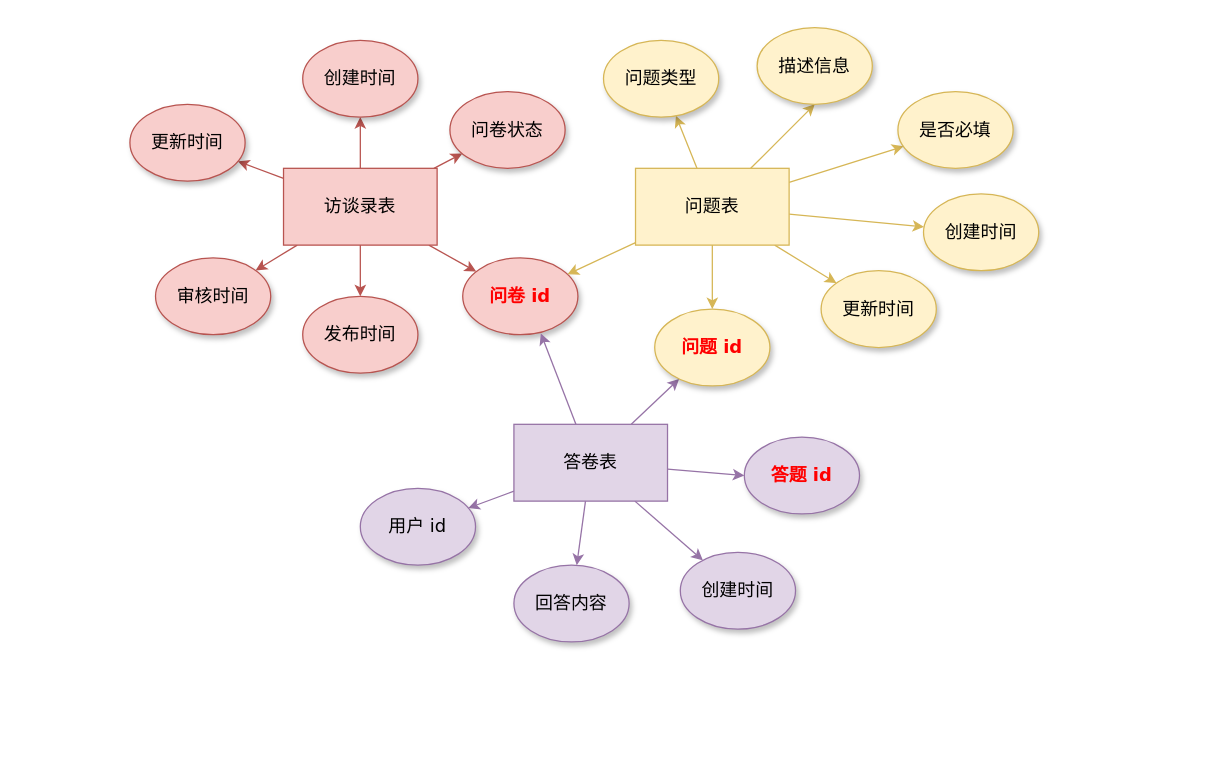
Above: 访谈录ER.drawio in Eurkon/Diagrams (draw.io), before the change. Source tidied: cells renumbered, new cells numbered last; positions are measured from the earlier drawing's top-left corner, leaving out a move shared by most shapes. Both pictures are drawn from the tidied source at 128%, with x=0, y=0 at pixel (129, 27).
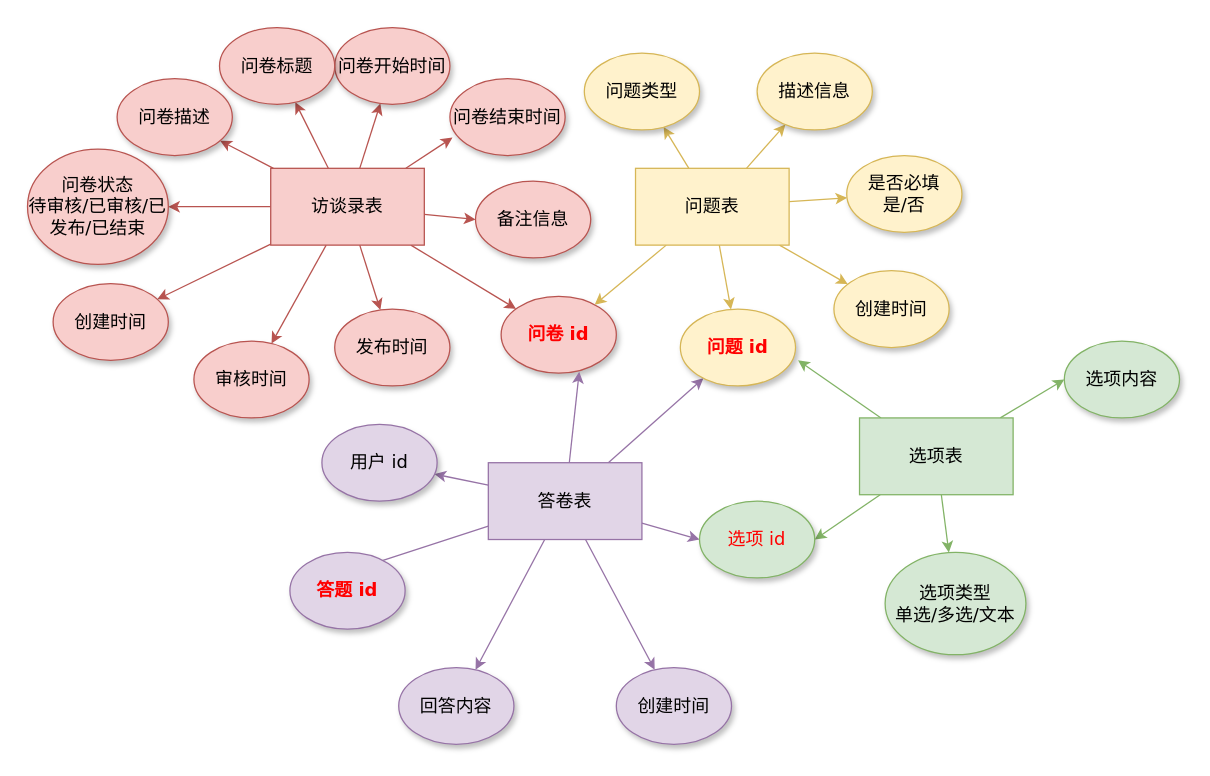
Above is the later version.

Commit message (it also covers changes not shown here):
更新访谈录ER.drawio

Unchanged cells that the change refers to:
```xml
<mxCell id="17" value="问题表" style="rounded=0;whiteSpace=wrap;html=1;fontSize=14;fillColor=#fff2cc;strokeColor=#d6b656;" parent="1" vertex="1">
  <mxGeometry x="395" y="110" width="120" height="60" as="geometry" />
</mxCell>
```

Change to the diagram source:
```diff
@@
     <mxCell id="2" value="&lt;b&gt;&lt;font color=&quot;#ff0000&quot;&gt;问卷 id&lt;/font&gt;&lt;/b&gt;" style="ellipse;whiteSpace=wrap;html=1;rounded=0;shadow=1;comic=0;labelBackgroundColor=none;strokeWidth=1;fontFamily=Verdana;fontSize=14;align=center;fillColor=#f8cecc;strokeColor=#b85450;gradientDirection=east;" parent="1" vertex="1">
-      <mxGeometry x="260" y="180" width="90" height="60" as="geometry" />
+      <mxGeometry x="290" y="210" width="90" height="60" as="geometry" />
     </mxCell>
@@
+    <mxCell id="40" style="edgeStyle=none;rounded=0;jettySize=auto;html=1;fontSize=14;fillColor=#f8cecc;strokeColor=#b85450;" parent="1" edge="1" source="9" target="45">
+      <mxGeometry relative="1" as="geometry" />
+    </mxCell>
+    <mxCell id="41" style="edgeStyle=none;rounded=0;jettySize=auto;html=1;entryX=0;entryY=0.5;entryDx=0;entryDy=0;fontSize=14;fillColor=#f8cecc;strokeColor=#b85450;" parent="1" edge="1" source="9" target="47">
+      <mxGeometry relative="1" as="geometry" />
+    </mxCell>
+    <mxCell id="42" style="edgeStyle=none;rounded=0;jettySize=auto;html=1;entryX=0.022;entryY=0.767;entryDx=0;entryDy=0;entryPerimeter=0;fontSize=14;fillColor=#f8cecc;strokeColor=#b85450;" parent="1" edge="1" source="9" target="46">
+      <mxGeometry relative="1" as="geometry" />
+    </mxCell>
+    <mxCell id="43" style="edgeStyle=none;rounded=0;jettySize=auto;html=1;fontSize=14;fillColor=#f8cecc;strokeColor=#b85450;" parent="1" edge="1" source="9" target="48">
+      <mxGeometry relative="1" as="geometry" />
+    </mxCell>
     <mxCell id="9" value="访谈录表" style="rounded=0;whiteSpace=wrap;html=1;fontSize=14;fillColor=#f8cecc;strokeColor=#b85450;" parent="1" vertex="1">
-      <mxGeometry x="120" y="110" width="120" height="60" as="geometry" />
+      <mxGeometry x="110" y="110" width="120" height="60" as="geometry" />
     </mxCell>
@@
-    <mxCell id="12" style="edgeStyle=none;rounded=0;jettySize=auto;html=1;entryX=0.5;entryY=1;entryDx=0;entryDy=0;fontSize=14;fillColor=#fff2cc;strokeColor=#d6b656;" parent="1" edge="1" source="17" target="32">
-      <mxGeometry relative="1" as="geometry" />
-    </mxCell>
@@
-    <mxCell id="15" style="edgeStyle=none;rounded=0;jettySize=auto;html=1;fontSize=14;fillColor=#fff2cc;strokeColor=#d6b656;" parent="1" edge="1" source="17" target="36">
-      <mxGeometry relative="1" as="geometry" />
-    </mxCell>
@@
+    <mxCell id="12" style="edgeStyle=none;rounded=0;jettySize=auto;html=1;fontSize=14;fillColor=#fff2cc;strokeColor=#d6b656;" parent="1" edge="1" source="17" target="32">
+      <mxGeometry relative="1" as="geometry" />
+    </mxCell>
@@
+    <mxCell id="44" style="edgeStyle=none;rounded=0;jettySize=auto;html=1;entryX=0;entryY=0.5;entryDx=0;entryDy=0;fontSize=14;fillColor=#e1d5e7;strokeColor=#9673a6;" parent="1" edge="1" source="24" target="54">
+      <mxGeometry relative="1" as="geometry" />
+    </mxCell>
     <mxCell id="24" value="答卷表" style="rounded=0;whiteSpace=wrap;html=1;fontSize=14;fillColor=#e1d5e7;strokeColor=#9673a6;" parent="1" vertex="1">
-      <mxGeometry x="300" y="310" width="120" height="60" as="geometry" />
+      <mxGeometry x="280" y="340" width="120" height="60" as="geometry" />
     </mxCell>
-    <mxCell id="25" value="问卷状态" style="ellipse;whiteSpace=wrap;html=1;rounded=0;shadow=1;comic=0;labelBackgroundColor=none;strokeWidth=1;fontFamily=Verdana;fontSize=14;align=center;fillColor=#f8cecc;strokeColor=#b85450;" parent="1" vertex="1">
-      <mxGeometry x="250" y="50" width="90" height="60" as="geometry" />
+    <mxCell id="25" value="问卷状态&lt;br&gt;待审核/已审核/已发布/已结束" style="ellipse;whiteSpace=wrap;html=1;rounded=0;shadow=1;comic=0;labelBackgroundColor=none;strokeWidth=1;fontFamily=Verdana;fontSize=14;align=center;fillColor=#f8cecc;strokeColor=#b85450;" parent="1" vertex="1">
+      <mxGeometry x="-80" y="95" width="110" height="90" as="geometry" />
     </mxCell>
     <mxCell id="26" value="发布时间" style="ellipse;whiteSpace=wrap;html=1;rounded=0;shadow=1;comic=0;labelBackgroundColor=none;strokeWidth=1;fontFamily=Verdana;fontSize=14;align=center;fillColor=#f8cecc;strokeColor=#b85450;" parent="1" vertex="1">
-      <mxGeometry x="135" y="210" width="90" height="60" as="geometry" />
+      <mxGeometry x="160" y="220" width="90" height="60" as="geometry" />
     </mxCell>
     <mxCell id="27" value="审核时间" style="ellipse;whiteSpace=wrap;html=1;rounded=0;shadow=1;comic=0;labelBackgroundColor=none;strokeWidth=1;fontFamily=Verdana;fontSize=14;align=center;fillColor=#f8cecc;strokeColor=#b85450;" parent="1" vertex="1">
-      <mxGeometry x="20" y="180" width="90" height="60" as="geometry" />
+      <mxGeometry x="50" y="245" width="90" height="60" as="geometry" />
     </mxCell>
     <mxCell id="28" value="创建时间" style="ellipse;whiteSpace=wrap;html=1;rounded=0;shadow=1;comic=0;labelBackgroundColor=none;strokeWidth=1;fontFamily=Verdana;fontSize=14;align=center;fillColor=#f8cecc;strokeColor=#b85450;" parent="1" vertex="1">
-      <mxGeometry x="135" y="10" width="90" height="60" as="geometry" />
+      <mxGeometry x="-60" y="200" width="90" height="60" as="geometry" />
     </mxCell>
     <mxCell id="29" value="&lt;b&gt;&lt;font color=&quot;#ff0000&quot;&gt;问题 id&lt;/font&gt;&lt;/b&gt;" style="ellipse;whiteSpace=wrap;html=1;rounded=0;shadow=1;comic=0;labelBackgroundColor=none;strokeWidth=1;fontFamily=Verdana;fontSize=14;align=center;fillColor=#fff2cc;strokeColor=#d6b656;" parent="1" vertex="1">
-      <mxGeometry x="410" y="220" width="90" height="60" as="geometry" />
+      <mxGeometry x="430" y="220" width="90" height="60" as="geometry" />
     </mxCell>
     <mxCell id="30" value="问题类型" style="ellipse;whiteSpace=wrap;html=1;rounded=0;shadow=1;comic=0;labelBackgroundColor=none;strokeWidth=1;fontFamily=Verdana;fontSize=14;align=center;fillColor=#fff2cc;strokeColor=#d6b656;" parent="1" vertex="1">
-      <mxGeometry x="370" y="10" width="90" height="60" as="geometry" />
+      <mxGeometry x="355" y="20" width="90" height="60" as="geometry" />
     </mxCell>
-    <mxCell id="31" value="是否必填" style="ellipse;whiteSpace=wrap;html=1;rounded=0;shadow=1;comic=0;labelBackgroundColor=none;strokeWidth=1;fontFamily=Verdana;fontSize=14;align=center;fillColor=#fff2cc;strokeColor=#d6b656;" parent="1" vertex="1">
-      <mxGeometry x="600" y="50" width="90" height="60" as="geometry" />
+    <mxCell id="31" value="是否必填&lt;br&gt;是/否" style="ellipse;whiteSpace=wrap;html=1;rounded=0;shadow=1;comic=0;labelBackgroundColor=none;strokeWidth=1;fontFamily=Verdana;fontSize=14;align=center;fillColor=#fff2cc;strokeColor=#d6b656;" parent="1" vertex="1">
+      <mxGeometry x="560" y="100" width="90" height="60" as="geometry" />
     </mxCell>
     <mxCell id="32" value="描述信息" style="ellipse;whiteSpace=wrap;html=1;rounded=0;shadow=1;comic=0;labelBackgroundColor=none;strokeWidth=1;fontFamily=Verdana;fontSize=14;align=center;fillColor=#fff2cc;strokeColor=#d6b656;" parent="1" vertex="1">
-      <mxGeometry x="490" width="90" height="60" as="geometry" />
+      <mxGeometry x="490" y="20" width="90" height="60" as="geometry" />
     </mxCell>
     <mxCell id="33" value="回答内容" style="ellipse;whiteSpace=wrap;html=1;rounded=0;shadow=1;comic=0;labelBackgroundColor=none;strokeWidth=1;fontFamily=Verdana;fontSize=14;align=center;fillColor=#e1d5e7;strokeColor=#9673a6;" parent="1" vertex="1">
-      <mxGeometry x="300" y="420" width="90" height="60" as="geometry" />
+      <mxGeometry x="210" y="500" width="90" height="60" as="geometry" />
     </mxCell>
-    <mxCell id="34" value="更新时间" style="ellipse;whiteSpace=wrap;html=1;rounded=0;shadow=1;comic=0;labelBackgroundColor=none;strokeWidth=1;fontFamily=Verdana;fontSize=14;align=center;fillColor=#f8cecc;strokeColor=#b85450;" parent="1" vertex="1">
-      <mxGeometry y="60" width="90" height="60" as="geometry" />
+    <mxCell id="34" value="问卷开始时间" style="ellipse;whiteSpace=wrap;html=1;rounded=0;shadow=1;comic=0;labelBackgroundColor=none;strokeWidth=1;fontFamily=Verdana;fontSize=14;align=center;fillColor=#f8cecc;strokeColor=#b85450;" parent="1" vertex="1">
+      <mxGeometry x="160" width="90" height="60" as="geometry" />
     </mxCell>
     <mxCell id="35" value="创建时间" style="ellipse;whiteSpace=wrap;html=1;rounded=0;shadow=1;comic=0;labelBackgroundColor=none;strokeWidth=1;fontFamily=Verdana;fontSize=14;align=center;fillColor=#fff2cc;strokeColor=#d6b656;" parent="1" vertex="1">
-      <mxGeometry x="620" y="130" width="90" height="60" as="geometry" />
+      <mxGeometry x="550" y="190" width="90" height="60" as="geometry" />
     </mxCell>
-    <mxCell id="36" value="更新时间" style="ellipse;whiteSpace=wrap;html=1;rounded=0;shadow=1;comic=0;labelBackgroundColor=none;strokeWidth=1;fontFamily=Verdana;fontSize=14;align=center;fillColor=#fff2cc;strokeColor=#d6b656;" parent="1" vertex="1">
-      <mxGeometry x="540" y="190" width="90" height="60" as="geometry" />
-    </mxCell>
     <mxCell id="37" value="用户 id" style="ellipse;whiteSpace=wrap;html=1;rounded=0;shadow=1;comic=0;labelBackgroundColor=none;strokeWidth=1;fontFamily=Verdana;fontSize=14;align=center;fillColor=#e1d5e7;strokeColor=#9673a6;" parent="1" vertex="1">
-      <mxGeometry x="180" y="360" width="90" height="60" as="geometry" />
+      <mxGeometry x="150" y="310" width="90" height="60" as="geometry" />
     </mxCell>
     <mxCell id="38" value="创建时间" style="ellipse;whiteSpace=wrap;html=1;rounded=0;shadow=1;comic=0;labelBackgroundColor=none;strokeWidth=1;fontFamily=Verdana;fontSize=14;align=center;fillColor=#e1d5e7;strokeColor=#9673a6;" parent="1" vertex="1">
-      <mxGeometry x="430" y="410" width="90" height="60" as="geometry" />
+      <mxGeometry x="380" y="500" width="90" height="60" as="geometry" />
     </mxCell>
     <mxCell id="39" value="&lt;b&gt;&lt;font color=&quot;#ff0000&quot;&gt;答题 id&lt;/font&gt;&lt;/b&gt;" style="ellipse;whiteSpace=wrap;html=1;rounded=0;shadow=1;comic=0;labelBackgroundColor=none;strokeWidth=1;fontFamily=Verdana;fontSize=14;align=center;fillColor=#e1d5e7;strokeColor=#9673a6;" parent="1" vertex="1">
-      <mxGeometry x="480" y="320" width="90" height="60" as="geometry" />
+      <mxGeometry x="125" y="410" width="90" height="60" as="geometry" />
     </mxCell>
+    <mxCell id="45" value="问卷描述" style="ellipse;whiteSpace=wrap;html=1;rounded=0;shadow=1;comic=0;labelBackgroundColor=none;strokeWidth=1;fontFamily=Verdana;fontSize=14;align=center;fillColor=#f8cecc;strokeColor=#b85450;" parent="1" vertex="1">
+      <mxGeometry x="-10" y="40" width="90" height="60" as="geometry" />
+    </mxCell>
+    <mxCell id="46" value="问卷结束时间" style="ellipse;whiteSpace=wrap;html=1;rounded=0;shadow=1;comic=0;labelBackgroundColor=none;strokeWidth=1;fontFamily=Verdana;fontSize=14;align=center;fillColor=#f8cecc;strokeColor=#b85450;" parent="1" vertex="1">
+      <mxGeometry x="250" y="40" width="90" height="60" as="geometry" />
+    </mxCell>
+    <mxCell id="47" value="备注信息" style="ellipse;whiteSpace=wrap;html=1;rounded=0;shadow=1;comic=0;labelBackgroundColor=none;strokeWidth=1;fontFamily=Verdana;fontSize=14;align=center;fillColor=#f8cecc;strokeColor=#b85450;" parent="1" vertex="1">
+      <mxGeometry x="270" y="120" width="90" height="60" as="geometry" />
+    </mxCell>
+    <mxCell id="48" value="问卷标题" style="ellipse;whiteSpace=wrap;html=1;rounded=0;shadow=1;comic=0;labelBackgroundColor=none;strokeWidth=1;fontFamily=Verdana;fontSize=14;align=center;fillColor=#f8cecc;strokeColor=#b85450;" parent="1" vertex="1">
+      <mxGeometry x="70" width="90" height="60" as="geometry" />
+    </mxCell>
+    <mxCell id="49" style="edgeStyle=none;rounded=0;jettySize=auto;html=1;entryX=1.022;entryY=0.667;entryDx=0;entryDy=0;entryPerimeter=0;fontSize=14;fillColor=#d5e8d4;strokeColor=#82b366;" parent="1" edge="1" source="53" target="29">
+      <mxGeometry relative="1" as="geometry" />
+    </mxCell>
+    <mxCell id="50" style="edgeStyle=none;rounded=0;jettySize=auto;html=1;entryX=1;entryY=0.5;entryDx=0;entryDy=0;fontSize=14;fillColor=#d5e8d4;strokeColor=#82b366;" parent="1" edge="1" source="53" target="54">
+      <mxGeometry relative="1" as="geometry" />
+    </mxCell>
+    <mxCell id="51" style="edgeStyle=none;rounded=0;jettySize=auto;html=1;fontSize=14;fillColor=#d5e8d4;strokeColor=#82b366;" parent="1" edge="1" source="53" target="55">
+      <mxGeometry relative="1" as="geometry" />
+    </mxCell>
+    <mxCell id="52" style="edgeStyle=none;rounded=0;jettySize=auto;html=1;entryX=0;entryY=0.5;entryDx=0;entryDy=0;fontSize=14;fillColor=#d5e8d4;strokeColor=#82b366;" parent="1" edge="1" source="53" target="56">
+      <mxGeometry relative="1" as="geometry" />
+    </mxCell>
+    <mxCell id="53" value="选项表" style="rounded=0;whiteSpace=wrap;html=1;fontSize=14;fillColor=#d5e8d4;strokeColor=#82b366;" parent="1" vertex="1">
+      <mxGeometry x="570" y="305" width="120" height="60" as="geometry" />
+    </mxCell>
+    <mxCell id="54" value="&lt;font color=&quot;#ff0000&quot;&gt;选项 id&lt;/font&gt;" style="ellipse;whiteSpace=wrap;html=1;rounded=0;shadow=1;comic=0;labelBackgroundColor=none;strokeWidth=1;fontFamily=Verdana;fontSize=14;align=center;fillColor=#d5e8d4;strokeColor=#82b366;" parent="1" vertex="1">
+      <mxGeometry x="445" y="370" width="90" height="60" as="geometry" />
+    </mxCell>
+    <mxCell id="55" value="选项类型&lt;br&gt;单选/多选/文本" style="ellipse;whiteSpace=wrap;html=1;rounded=0;shadow=1;comic=0;labelBackgroundColor=none;strokeWidth=1;fontFamily=Verdana;fontSize=14;align=center;fillColor=#d5e8d4;strokeColor=#82b366;" parent="1" vertex="1">
+      <mxGeometry x="590" y="410" width="110" height="80" as="geometry" />
+    </mxCell>
+    <mxCell id="56" value="选项内容" style="ellipse;whiteSpace=wrap;html=1;rounded=0;shadow=1;comic=0;labelBackgroundColor=none;strokeWidth=1;fontFamily=Verdana;fontSize=14;align=center;fillColor=#d5e8d4;strokeColor=#82b366;" parent="1" vertex="1">
+      <mxGeometry x="730" y="245" width="90" height="60" as="geometry" />
+    </mxCell>
```
